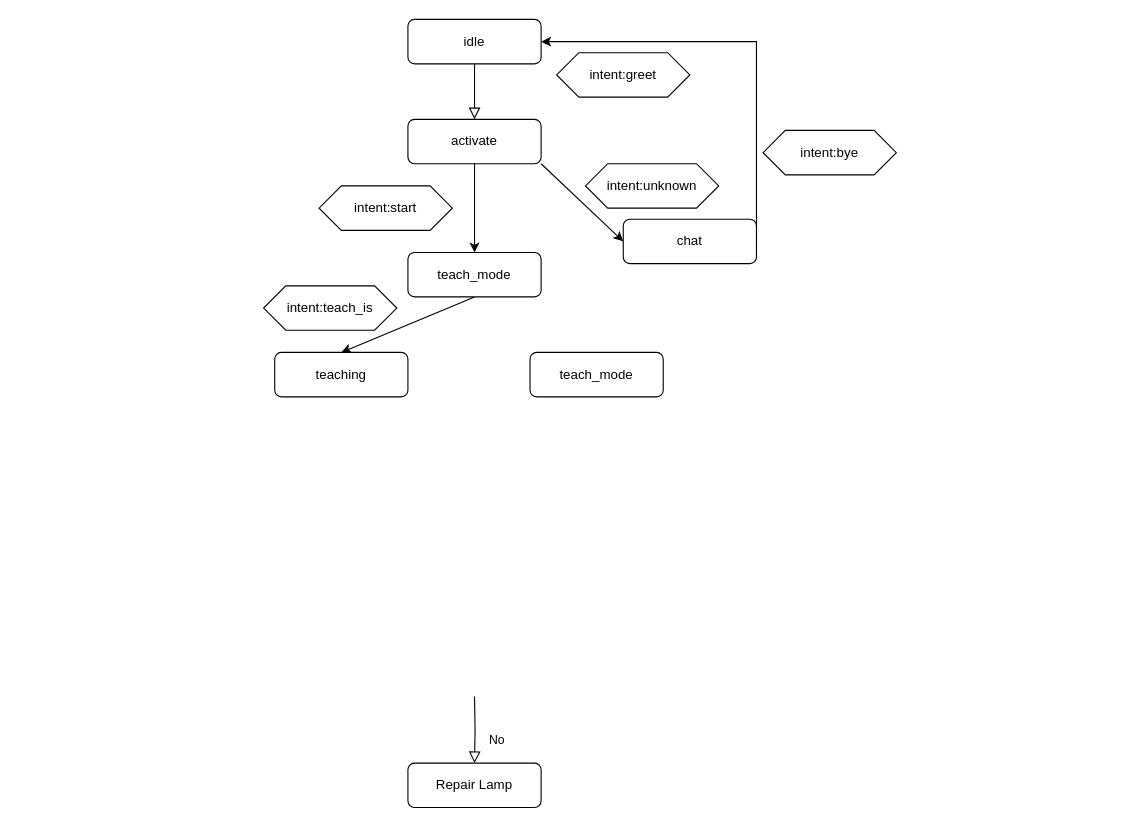
Before: Untitled Diagram.drawio in tongbc/algorithm, a draw.io diagram. Source tidied: cells renumbered, new cells numbered last; positions are measured from the earlier drawing's top-left corner, leaving out a move shared by most shapes. Both pictures are drawn from the tidied source at 111%, with x=0, y=0 at pixel (263, 19).
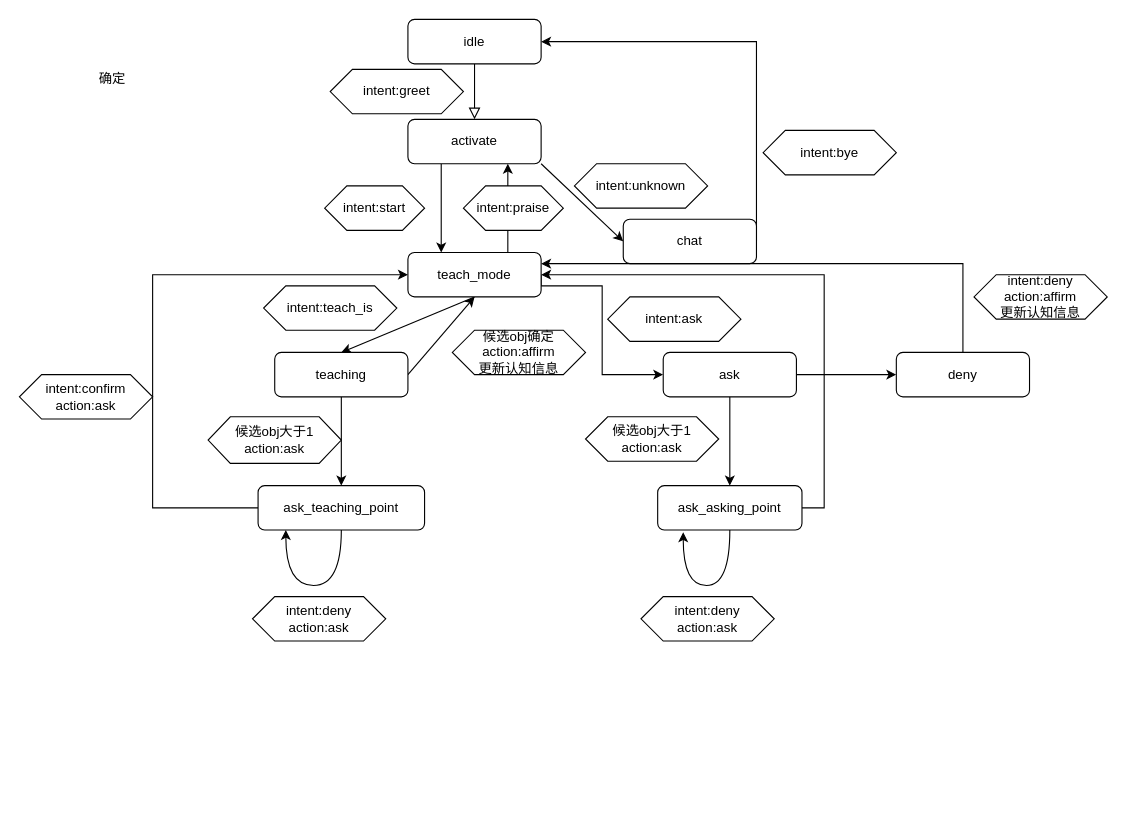
The same page after the edit.

Unchanged cells that the change refers to:
```xml
<mxCell id="6" value="activate" style="rounded=1;whiteSpace=wrap;html=1;fontSize=12;glass=0;strokeWidth=1;shadow=0;" parent="1" vertex="1">
  <mxGeometry x="130" y="90" width="120" height="40" as="geometry" />
</mxCell>
<mxCell id="10" value="teach_mode" style="rounded=1;whiteSpace=wrap;html=1;fontSize=12;glass=0;strokeWidth=1;shadow=0;" parent="1" vertex="1">
  <mxGeometry x="130" y="210" width="120" height="40" as="geometry" />
</mxCell>
<mxCell id="17" value="teaching" style="rounded=1;whiteSpace=wrap;html=1;fontSize=12;glass=0;strokeWidth=1;shadow=0;" parent="1" vertex="1">
  <mxGeometry x="10" y="300" width="120" height="40" as="geometry" />
</mxCell>
```

What changed in the source:
```diff
@@
-    <mxCell id="5" style="edgeStyle=none;rounded=0;jettySize=auto;html=1;exitX=0.5;exitY=1;exitDx=0;exitDy=0;entryX=0.5;entryY=0;entryDx=0;entryDy=0;" parent="1" edge="1" source="6" target="10">
+    <mxCell id="5" style="edgeStyle=orthogonalEdgeStyle;curved=1;rounded=0;jettySize=auto;html=1;exitX=0.25;exitY=1;exitDx=0;exitDy=0;entryX=0.25;entryY=0;entryDx=0;entryDy=0;" parent="1" edge="1" source="6" target="10">
       <mxGeometry relative="1" as="geometry" />
     </mxCell>
@@
-    <mxCell id="7" value="No" style="rounded=0;html=1;jettySize=auto;fontSize=11;endArrow=block;endFill=0;endSize=8;strokeWidth=1;shadow=0;labelBackgroundColor=none;edgeStyle=orthogonalEdgeStyle;" parent="1" edge="1" target="8">
-      <mxGeometry x="0.33" y="20" relative="1" as="geometry">
-        <mxPoint x="190" y="610" as="sourcePoint" />
-      </mxGeometry>
-    </mxCell>
-    <mxCell id="8" value="Repair Lamp" style="rounded=1;whiteSpace=wrap;html=1;fontSize=12;glass=0;strokeWidth=1;shadow=0;" parent="1" vertex="1">
-      <mxGeometry x="130" y="670" width="120" height="40" as="geometry" />
-    </mxCell>
@@
+    <mxCell id="20" style="edgeStyle=orthogonalEdgeStyle;rounded=0;jettySize=auto;html=1;exitX=1;exitY=0.5;exitDx=0;exitDy=0;entryX=0;entryY=0.5;entryDx=0;entryDy=0;" parent="1" edge="1" source="10" target="18">
+      <mxGeometry relative="1" as="geometry">
+        <Array as="points">
+          <mxPoint x="250" y="240" />
+          <mxPoint x="305" y="240" />
+          <mxPoint x="305" y="320" />
+        </Array>
+      </mxGeometry>
+    </mxCell>
+    <mxCell id="21" style="edgeStyle=orthogonalEdgeStyle;curved=1;rounded=0;jettySize=auto;html=1;exitX=0.75;exitY=0;exitDx=0;exitDy=0;entryX=0.75;entryY=1;entryDx=0;entryDy=0;" parent="1" edge="1" source="10" target="6">
+      <mxGeometry relative="1" as="geometry" />
+    </mxCell>
@@
     <mxCell id="11" value="&lt;span&gt;intent:greet&lt;/span&gt;" style="shape=hexagon;perimeter=hexagonPerimeter2;whiteSpace=wrap;html=1;fixedSize=1;" parent="1" vertex="1">
-      <mxGeometry x="264" y="30" width="120" height="40" as="geometry" />
+      <mxGeometry x="60" y="45" width="120" height="40" as="geometry" />
     </mxCell>
@@
     <mxCell id="14" value="&lt;span&gt;intent:unknown&lt;/span&gt;" style="shape=hexagon;perimeter=hexagonPerimeter2;whiteSpace=wrap;html=1;fixedSize=1;" parent="1" vertex="1">
-      <mxGeometry x="290" y="130" width="120" height="40" as="geometry" />
+      <mxGeometry x="280" y="130" width="120" height="40" as="geometry" />
     </mxCell>
     <mxCell id="15" value="&lt;span&gt;intent:start&lt;/span&gt;" style="shape=hexagon;perimeter=hexagonPerimeter2;whiteSpace=wrap;html=1;fixedSize=1;" parent="1" vertex="1">
-      <mxGeometry x="50" y="150" width="120" height="40" as="geometry" />
+      <mxGeometry x="55" y="150" width="90" height="40" as="geometry" />
     </mxCell>
@@
+    <mxCell id="22" style="edgeStyle=none;rounded=0;jettySize=auto;html=1;exitX=1;exitY=0.5;exitDx=0;exitDy=0;" parent="1" edge="1" source="17">
+      <mxGeometry relative="1" as="geometry">
+        <mxPoint x="190" y="250" as="targetPoint" />
+      </mxGeometry>
+    </mxCell>
+    <mxCell id="23" style="edgeStyle=none;rounded=0;jettySize=auto;html=1;exitX=0.5;exitY=1;exitDx=0;exitDy=0;entryX=0.5;entryY=0;entryDx=0;entryDy=0;" parent="1" edge="1" source="17" target="28">
+      <mxGeometry relative="1" as="geometry" />
+    </mxCell>
@@
+    <mxCell id="24" style="edgeStyle=orthogonalEdgeStyle;rounded=0;jettySize=auto;html=1;exitX=0.5;exitY=1;exitDx=0;exitDy=0;entryX=0.5;entryY=0;entryDx=0;entryDy=0;" parent="1" edge="1" source="18" target="35">
+      <mxGeometry relative="1" as="geometry" />
+    </mxCell>
+    <mxCell id="25" style="edgeStyle=orthogonalEdgeStyle;curved=1;rounded=0;jettySize=auto;html=1;exitX=1;exitY=0.5;exitDx=0;exitDy=0;entryX=0;entryY=0.5;entryDx=0;entryDy=0;" parent="1" edge="1" source="18" target="39">
+      <mxGeometry relative="1" as="geometry" />
+    </mxCell>
-    <mxCell id="18" value="teach_mode" style="rounded=1;whiteSpace=wrap;html=1;fontSize=12;glass=0;strokeWidth=1;shadow=0;" parent="1" vertex="1">
-      <mxGeometry x="240" y="300" width="120" height="40" as="geometry" />
+    <mxCell id="18" value="ask" style="rounded=1;whiteSpace=wrap;html=1;fontSize=12;glass=0;strokeWidth=1;shadow=0;" parent="1" vertex="1">
+      <mxGeometry x="360" y="300" width="120" height="40" as="geometry" />
     </mxCell>
@@
+    <mxCell id="26" style="edgeStyle=orthogonalEdgeStyle;rounded=0;jettySize=auto;html=1;exitX=0;exitY=0.5;exitDx=0;exitDy=0;entryX=0;entryY=0.5;entryDx=0;entryDy=0;" parent="1" edge="1" source="28" target="10">
+      <mxGeometry relative="1" as="geometry">
+        <Array as="points">
+          <mxPoint x="-100" y="440" />
+          <mxPoint x="-100" y="230" />
+        </Array>
+      </mxGeometry>
+    </mxCell>
+    <mxCell id="27" style="edgeStyle=orthogonalEdgeStyle;rounded=0;orthogonalLoop=1;jettySize=auto;html=1;exitX=0.5;exitY=1;exitDx=0;exitDy=0;curved=1;" parent="1" edge="1" source="28" target="28">
+      <mxGeometry relative="1" as="geometry">
+        <Array as="points">
+          <mxPoint x="70" y="510" />
+          <mxPoint x="20" y="510" />
+        </Array>
+      </mxGeometry>
+    </mxCell>
+    <mxCell id="28" value="ask_teaching_point" style="rounded=1;whiteSpace=wrap;html=1;fontSize=12;glass=0;strokeWidth=1;shadow=0;" parent="1" vertex="1">
+      <mxGeometry x="-5" y="420" width="150" height="40" as="geometry" />
+    </mxCell>
+    <mxCell id="29" value="&lt;span&gt;候选obj确定&lt;br&gt;action:affirm&lt;br&gt;更新认知信息&lt;br&gt;&lt;/span&gt;" style="shape=hexagon;perimeter=hexagonPerimeter2;whiteSpace=wrap;html=1;fixedSize=1;" parent="1" vertex="1">
+      <mxGeometry x="170" y="280" width="120" height="40" as="geometry" />
+    </mxCell>
+    <mxCell id="30" value="&lt;span&gt;候选obj大于1&lt;br&gt;action:&lt;/span&gt;ask&lt;span&gt;&lt;br&gt;&lt;/span&gt;" style="shape=hexagon;perimeter=hexagonPerimeter2;whiteSpace=wrap;html=1;fixedSize=1;" parent="1" vertex="1">
+      <mxGeometry x="-50" y="358" width="120" height="42" as="geometry" />
+    </mxCell>
+    <mxCell id="31" value="&lt;span&gt;intent:confirm&lt;br&gt;action:ask&lt;br&gt;&lt;/span&gt;" style="shape=hexagon;perimeter=hexagonPerimeter2;whiteSpace=wrap;html=1;fixedSize=1;" parent="1" vertex="1">
+      <mxGeometry x="-220" y="320" width="120" height="40" as="geometry" />
+    </mxCell>
+    <mxCell id="32" value="&lt;span&gt;intent:deny&lt;br&gt;action:ask&lt;br&gt;&lt;/span&gt;" style="shape=hexagon;perimeter=hexagonPerimeter2;whiteSpace=wrap;html=1;fixedSize=1;" parent="1" vertex="1">
+      <mxGeometry x="-10" y="520" width="120" height="40" as="geometry" />
+    </mxCell>
+    <mxCell id="33" value="&lt;span&gt;intent:ask&lt;br&gt;&lt;/span&gt;" style="shape=hexagon;perimeter=hexagonPerimeter2;whiteSpace=wrap;html=1;fixedSize=1;" parent="1" vertex="1">
+      <mxGeometry x="310" y="250" width="120" height="40" as="geometry" />
+    </mxCell>
+    <mxCell id="34" style="edgeStyle=orthogonalEdgeStyle;rounded=0;jettySize=auto;html=1;exitX=1;exitY=0.5;exitDx=0;exitDy=0;entryX=1;entryY=0.5;entryDx=0;entryDy=0;" parent="1" edge="1" source="35" target="10">
+      <mxGeometry relative="1" as="geometry" />
+    </mxCell>
+    <mxCell id="35" value="ask_asking_point" style="rounded=1;whiteSpace=wrap;html=1;fontSize=12;glass=0;strokeWidth=1;shadow=0;" parent="1" vertex="1">
+      <mxGeometry x="355" y="420" width="130" height="40" as="geometry" />
+    </mxCell>
+    <mxCell id="36" value="&lt;span&gt;候选obj大于1&lt;br&gt;action:ask&lt;br&gt;&lt;/span&gt;" style="shape=hexagon;perimeter=hexagonPerimeter2;whiteSpace=wrap;html=1;fixedSize=1;" parent="1" vertex="1">
+      <mxGeometry x="290" y="358" width="120" height="40" as="geometry" />
+    </mxCell>
+    <mxCell id="37" value="确定" style="text;whiteSpace=wrap;html=1;" parent="1" vertex="1">
+      <mxGeometry x="-150" y="40" width="50" height="30" as="geometry" />
+    </mxCell>
+    <mxCell id="38" style="edgeStyle=orthogonalEdgeStyle;rounded=0;jettySize=auto;html=1;exitX=0.5;exitY=0;exitDx=0;exitDy=0;entryX=1;entryY=0.25;entryDx=0;entryDy=0;" parent="1" edge="1" source="39" target="10">
+      <mxGeometry relative="1" as="geometry">
+        <Array as="points">
+          <mxPoint x="630" y="220" />
+        </Array>
+      </mxGeometry>
+    </mxCell>
+    <mxCell id="39" value="deny" style="rounded=1;whiteSpace=wrap;html=1;fontSize=12;glass=0;strokeWidth=1;shadow=0;" parent="1" vertex="1">
+      <mxGeometry x="570" y="300" width="120" height="40" as="geometry" />
+    </mxCell>
+    <mxCell id="40" style="edgeStyle=orthogonalEdgeStyle;curved=1;rounded=0;orthogonalLoop=1;jettySize=auto;html=1;exitX=0.5;exitY=1;exitDx=0;exitDy=0;entryX=0.177;entryY=1.05;entryDx=0;entryDy=0;entryPerimeter=0;" parent="1" edge="1" source="35" target="35">
+      <mxGeometry relative="1" as="geometry">
+        <Array as="points">
+          <mxPoint x="420" y="510" />
+          <mxPoint x="378" y="510" />
+        </Array>
+      </mxGeometry>
+    </mxCell>
+    <mxCell id="41" value="&lt;span&gt;intent:deny&lt;br&gt;action:ask&lt;br&gt;&lt;/span&gt;" style="shape=hexagon;perimeter=hexagonPerimeter2;whiteSpace=wrap;html=1;fixedSize=1;" parent="1" vertex="1">
+      <mxGeometry x="340" y="520" width="120" height="40" as="geometry" />
+    </mxCell>
+    <mxCell id="42" value="&lt;span&gt;intent:praise&lt;/span&gt;" style="shape=hexagon;perimeter=hexagonPerimeter2;whiteSpace=wrap;html=1;fixedSize=1;" parent="1" vertex="1">
+      <mxGeometry x="180" y="150" width="90" height="40" as="geometry" />
+    </mxCell>
+    <mxCell id="43" value="&lt;span&gt;intent:deny&lt;br&gt;action:affirm&lt;br&gt;更新认知信息&lt;br&gt;&lt;/span&gt;" style="shape=hexagon;perimeter=hexagonPerimeter2;whiteSpace=wrap;html=1;fixedSize=1;" parent="1" vertex="1">
+      <mxGeometry x="640" y="230" width="120" height="40" as="geometry" />
+    </mxCell>
```
